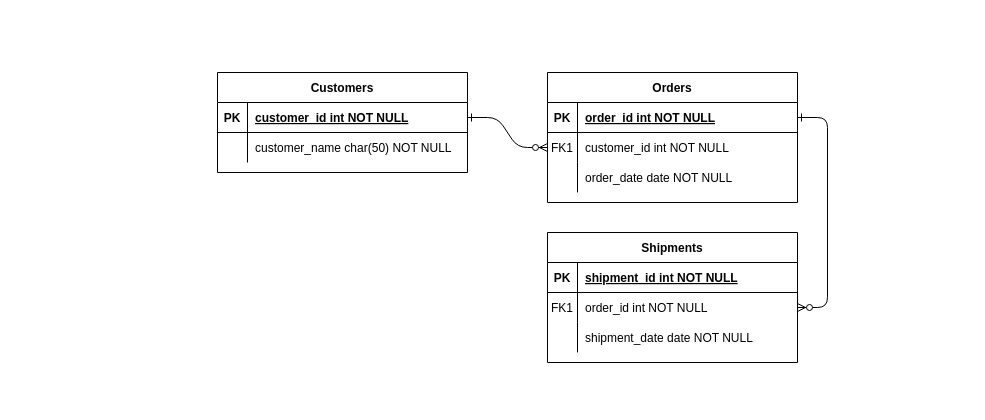
This is model_conceptual.drawio from andreea-agrisan/modelare_db, a draw.io file, before an edit. Source tidied: cells renumbered, new cells numbered last; positions are measured from the earlier drawing's top-left corner, leaving out a move shared by most shapes. Both pictures are drawn from the tidied source at 100%, with x=0, y=0 at pixel (217, 72).
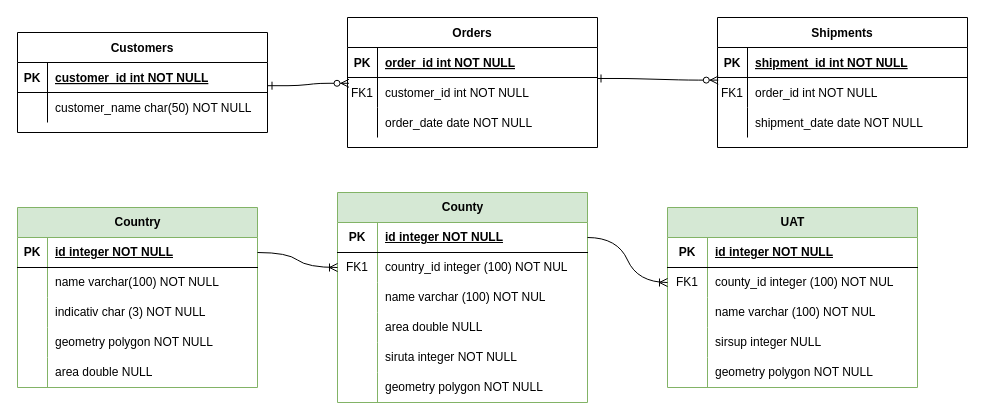
The same diagram, later.

The change refers to these unchanged cells:
```xml
<mxCell id="5" style="shape=partialRectangle;fillColor=none;points=[[0,0.5],[1,0.5]];portConstraint=eastwest;top=0;left=0;right=0;bottom=1;" parent="4" vertex="1">
  <mxGeometry y="30" width="250" height="30" as="geometry" />
</mxCell>
<mxCell id="8" style="shape=partialRectangle;fillColor=none;points=[[0,0.5],[1,0.5]];portConstraint=eastwest;top=0;left=0;right=0;bottom=0;" parent="4" vertex="1">
  <mxGeometry y="60" width="250" height="30" as="geometry" />
</mxCell>
<mxCell id="18" style="shape=partialRectangle;fillColor=none;points=[[0,0.5],[1,0.5]];portConstraint=eastwest;top=0;left=0;right=0;bottom=0;" parent="14" vertex="1">
  <mxGeometry y="60" width="250" height="30" as="geometry" />
</mxCell>
<mxCell id="25" style="shape=partialRectangle;fillColor=none;points=[[0,0.5],[1,0.5]];portConstraint=eastwest;top=0;left=0;right=0;bottom=1;" parent="24" vertex="1">
  <mxGeometry y="30" width="250" height="30" as="geometry" />
</mxCell>
```

What changed in the source:
```diff
@@
-    <mxCell id="2" style="edgeStyle=entityRelationEdgeStyle;endArrow=ERzeroToMany;startArrow=ERone;endFill=1;startFill=0;" parent="1" edge="1" source="25" target="8">
+    <mxCell id="2" style="edgeStyle=entityRelationEdgeStyle;endArrow=ERzeroToMany;startArrow=ERone;endFill=1;startFill=0;exitX=1.002;exitY=0.773;exitDx=0;exitDy=0;exitPerimeter=0;entryX=0.006;entryY=0.193;entryDx=0;entryDy=0;entryPerimeter=0;" parent="1" edge="1" source="25" target="8">
       <mxGeometry relative="1" as="geometry" />
     </mxCell>
-    <mxCell id="3" style="edgeStyle=entityRelationEdgeStyle;endArrow=ERzeroToMany;startArrow=ERone;endFill=1;startFill=0;" parent="1" edge="1" source="5" target="18">
+    <mxCell id="3" style="edgeStyle=entityRelationEdgeStyle;endArrow=ERzeroToMany;startArrow=ERone;endFill=1;startFill=0;exitX=0.998;exitY=0.033;exitDx=0;exitDy=0;exitPerimeter=0;entryX=0.003;entryY=0.087;entryDx=0;entryDy=0;entryPerimeter=0;" parent="1" edge="1" source="8" target="18">
       <mxGeometry relative="1" as="geometry" />
     </mxCell>
     <mxCell id="4" value="Orders" style="shape=table;startSize=30;childLayout=tableLayout;rowLines=0;fontStyle=1;align=center;" parent="1" vertex="1">
-      <mxGeometry x="330" width="250" height="130" as="geometry" />
+      <mxGeometry x="130" y="-55" width="250" height="130" as="geometry" />
     </mxCell>
@@
     <mxCell id="14" value="Shipments" style="shape=table;startSize=30;childLayout=tableLayout;rowLines=0;fontStyle=1;align=center;" parent="1" vertex="1">
-      <mxGeometry x="330" y="160" width="250" height="130" as="geometry" />
+      <mxGeometry x="500" y="-55" width="250" height="130" as="geometry" />
     </mxCell>
@@
     <mxCell id="24" value="Customers" style="shape=table;startSize=30;childLayout=tableLayout;rowLines=0;fontStyle=1;align=center;" parent="1" vertex="1">
-      <mxGeometry width="250" height="100" as="geometry" />
+      <mxGeometry x="-200" y="-40" width="250" height="100" as="geometry" />
     </mxCell>
@@
+    <mxCell id="31" value="Country" style="shape=table;startSize=30;childLayout=tableLayout;rowLines=0;fontStyle=1;align=center;html=1;fillColor=#d5e8d4;strokeColor=#82b366;" parent="1" vertex="1">
+      <mxGeometry x="-200" y="135" width="240" height="180" as="geometry" />
+    </mxCell>
+    <mxCell id="32" style="shape=tableRow;horizontal=0;startSize=0;swimlaneHead=0;swimlaneBody=0;fillColor=none;points=[[0,0.5],[1,0.5]];portConstraint=eastwest;top=0;left=0;right=0;bottom=1;" parent="31" vertex="1">
+      <mxGeometry y="30" width="240" height="30" as="geometry" />
+    </mxCell>
+    <mxCell id="33" value="PK" style="shape=partialRectangle;fillColor=none;top=0;left=0;bottom=0;right=0;fontStyle=1;overflow=hidden;whiteSpace=wrap;html=1;" parent="32" vertex="1">
+      <mxGeometry width="30" height="30" as="geometry" />
+    </mxCell>
+    <mxCell id="34" value="id integer NOT NULL" style="shape=partialRectangle;fillColor=none;top=0;left=0;bottom=0;right=0;align=left;spacingLeft=6;fontStyle=5;overflow=hidden;whiteSpace=wrap;html=1;" parent="32" vertex="1">
+      <mxGeometry x="30" width="210" height="30" as="geometry" />
+    </mxCell>
+    <mxCell id="35" style="shape=tableRow;horizontal=0;startSize=0;swimlaneHead=0;swimlaneBody=0;fillColor=none;top=0;left=0;right=0;bottom=0;" parent="31" vertex="1">
+      <mxGeometry y="60" width="240" height="30" as="geometry" />
+    </mxCell>
+    <mxCell id="36" style="shape=partialRectangle;fillColor=none;top=0;left=0;bottom=0;right=0;overflow=hidden;whiteSpace=wrap;html=1;" parent="35" vertex="1">
+      <mxGeometry width="30" height="30" as="geometry" />
+    </mxCell>
+    <mxCell id="37" value="name varchar(100) NOT NULL" style="shape=partialRectangle;fillColor=none;top=0;left=0;bottom=0;right=0;align=left;spacingLeft=6;overflow=hidden;whiteSpace=wrap;html=1;" parent="35" vertex="1">
+      <mxGeometry x="30" width="210" height="30" as="geometry" />
+    </mxCell>
+    <mxCell id="38" style="shape=tableRow;horizontal=0;startSize=0;swimlaneHead=0;swimlaneBody=0;fillColor=none;top=0;left=0;right=0;bottom=0;" parent="31" vertex="1">
+      <mxGeometry y="90" width="240" height="30" as="geometry" />
+    </mxCell>
+    <mxCell id="39" style="shape=partialRectangle;fillColor=none;top=0;left=0;bottom=0;right=0;overflow=hidden;whiteSpace=wrap;html=1;" parent="38" vertex="1">
+      <mxGeometry width="30" height="30" as="geometry" />
+    </mxCell>
+    <mxCell id="40" value="indicativ char (3) NOT NULL" style="shape=partialRectangle;fillColor=none;top=0;left=0;bottom=0;right=0;align=left;spacingLeft=6;overflow=hidden;whiteSpace=wrap;html=1;" parent="38" vertex="1">
+      <mxGeometry x="30" width="210" height="30" as="geometry" />
+    </mxCell>
+    <mxCell id="41" style="shape=tableRow;horizontal=0;startSize=0;swimlaneHead=0;swimlaneBody=0;fillColor=none;top=0;left=0;right=0;bottom=0;" parent="31" vertex="1">
+      <mxGeometry y="120" width="240" height="30" as="geometry" />
+    </mxCell>
+    <mxCell id="42" style="shape=partialRectangle;fillColor=none;top=0;left=0;bottom=0;right=0;overflow=hidden;whiteSpace=wrap;html=1;" parent="41" vertex="1">
+      <mxGeometry width="30" height="30" as="geometry" />
+    </mxCell>
+    <mxCell id="43" value="geometry polygon NOT NULL" style="shape=partialRectangle;fillColor=none;top=0;left=0;bottom=0;right=0;align=left;spacingLeft=6;overflow=hidden;whiteSpace=wrap;html=1;" parent="41" vertex="1">
+      <mxGeometry x="30" width="210" height="30" as="geometry" />
+    </mxCell>
+    <mxCell id="44" style="shape=tableRow;horizontal=0;startSize=0;swimlaneHead=0;swimlaneBody=0;fillColor=none;top=0;left=0;right=0;bottom=0;" parent="31" vertex="1">
+      <mxGeometry y="150" width="240" height="30" as="geometry" />
+    </mxCell>
+    <mxCell id="45" style="shape=partialRectangle;fillColor=none;top=0;left=0;bottom=0;right=0;overflow=hidden;whiteSpace=wrap;html=1;" parent="44" vertex="1">
+      <mxGeometry width="30" height="30" as="geometry" />
+    </mxCell>
+    <mxCell id="46" value="area double NULL" style="shape=partialRectangle;fillColor=none;top=0;left=0;bottom=0;right=0;align=left;spacingLeft=6;overflow=hidden;whiteSpace=wrap;html=1;" parent="44" vertex="1">
+      <mxGeometry x="30" width="210" height="30" as="geometry" />
+    </mxCell>
+    <mxCell id="47" value="County" style="shape=table;startSize=30;childLayout=tableLayout;rowLines=0;fontStyle=1;align=center;html=1;fillColor=#d5e8d4;strokeColor=#82b366;" parent="1" vertex="1">
+      <mxGeometry x="120" y="120" width="250" height="210" as="geometry" />
+    </mxCell>
+    <mxCell id="48" style="shape=tableRow;horizontal=0;startSize=0;swimlaneHead=0;swimlaneBody=0;fillColor=none;points=[[0,0.5],[1,0.5]];portConstraint=eastwest;top=0;left=0;right=0;bottom=1;" parent="47" vertex="1">
+      <mxGeometry y="30" width="250" height="30" as="geometry" />
+    </mxCell>
+    <mxCell id="49" value="PK" style="shape=partialRectangle;fillColor=none;top=0;left=0;bottom=0;right=0;fontStyle=1;overflow=hidden;whiteSpace=wrap;html=1;" parent="48" vertex="1">
+      <mxGeometry width="40" height="30" as="geometry" />
+    </mxCell>
+    <mxCell id="50" value="id integer NOT NULL" style="shape=partialRectangle;fillColor=none;top=0;left=0;bottom=0;right=0;align=left;spacingLeft=6;fontStyle=5;overflow=hidden;whiteSpace=wrap;html=1;" parent="48" vertex="1">
+      <mxGeometry x="40" width="210" height="30" as="geometry" />
+    </mxCell>
+    <mxCell id="51" style="shape=tableRow;horizontal=0;startSize=0;swimlaneHead=0;swimlaneBody=0;fillColor=none;points=[[0,0.5],[1,0.5]];portConstraint=eastwest;top=0;left=0;right=0;bottom=0;" parent="47" vertex="1">
+      <mxGeometry y="60" width="250" height="30" as="geometry" />
+    </mxCell>
+    <mxCell id="52" value="FK1" style="shape=partialRectangle;fillColor=none;top=0;left=0;bottom=0;right=0;overflow=hidden;whiteSpace=wrap;html=1;" parent="51" vertex="1">
+      <mxGeometry width="40" height="30" as="geometry" />
+    </mxCell>
+    <mxCell id="53" value="country_id integer (100) NOT NUL" style="shape=partialRectangle;fillColor=none;top=0;left=0;bottom=0;right=0;align=left;spacingLeft=6;overflow=hidden;whiteSpace=wrap;html=1;" parent="51" vertex="1">
+      <mxGeometry x="40" width="210" height="30" as="geometry" />
+    </mxCell>
+    <mxCell id="54" style="shape=tableRow;horizontal=0;startSize=0;swimlaneHead=0;swimlaneBody=0;fillColor=none;top=0;left=0;right=0;bottom=0;" parent="47" vertex="1">
+      <mxGeometry y="90" width="250" height="30" as="geometry" />
+    </mxCell>
+    <mxCell id="55" style="shape=partialRectangle;fillColor=none;top=0;left=0;bottom=0;right=0;overflow=hidden;whiteSpace=wrap;html=1;" parent="54" vertex="1">
+      <mxGeometry width="40" height="30" as="geometry" />
+    </mxCell>
+    <mxCell id="56" value="name varchar (100) NOT NUL" style="shape=partialRectangle;fillColor=none;top=0;left=0;bottom=0;right=0;align=left;spacingLeft=6;overflow=hidden;whiteSpace=wrap;html=1;" parent="54" vertex="1">
+      <mxGeometry x="40" width="210" height="30" as="geometry" />
+    </mxCell>
+    <mxCell id="57" style="shape=tableRow;horizontal=0;startSize=0;swimlaneHead=0;swimlaneBody=0;fillColor=none;top=0;left=0;right=0;bottom=0;" parent="47" vertex="1">
+      <mxGeometry y="120" width="250" height="30" as="geometry" />
+    </mxCell>
+    <mxCell id="58" style="shape=partialRectangle;fillColor=none;top=0;left=0;bottom=0;right=0;overflow=hidden;whiteSpace=wrap;html=1;" parent="57" vertex="1">
+      <mxGeometry width="40" height="30" as="geometry" />
+    </mxCell>
+    <mxCell id="59" value="area double NULL" style="shape=partialRectangle;fillColor=none;top=0;left=0;bottom=0;right=0;align=left;spacingLeft=6;overflow=hidden;whiteSpace=wrap;html=1;" parent="57" vertex="1">
+      <mxGeometry x="40" width="210" height="30" as="geometry" />
+    </mxCell>
+    <mxCell id="60" style="shape=tableRow;horizontal=0;startSize=0;swimlaneHead=0;swimlaneBody=0;fillColor=none;top=0;left=0;right=0;bottom=0;" parent="47" vertex="1">
+      <mxGeometry y="150" width="250" height="30" as="geometry" />
+    </mxCell>
+    <mxCell id="61" style="shape=partialRectangle;fillColor=none;top=0;left=0;bottom=0;right=0;overflow=hidden;whiteSpace=wrap;html=1;" parent="60" vertex="1">
+      <mxGeometry width="40" height="30" as="geometry" />
+    </mxCell>
+    <mxCell id="62" value="siruta integer NOT NULL" style="shape=partialRectangle;fillColor=none;top=0;left=0;bottom=0;right=0;align=left;spacingLeft=6;overflow=hidden;whiteSpace=wrap;html=1;" parent="60" vertex="1">
+      <mxGeometry x="40" width="210" height="30" as="geometry" />
+    </mxCell>
+    <mxCell id="63" style="shape=tableRow;horizontal=0;startSize=0;swimlaneHead=0;swimlaneBody=0;fillColor=none;top=0;left=0;right=0;bottom=0;" parent="47" vertex="1">
+      <mxGeometry y="180" width="250" height="30" as="geometry" />
+    </mxCell>
+    <mxCell id="64" style="shape=partialRectangle;fillColor=none;top=0;left=0;bottom=0;right=0;overflow=hidden;whiteSpace=wrap;html=1;" parent="63" vertex="1">
+      <mxGeometry width="40" height="30" as="geometry" />
+    </mxCell>
+    <mxCell id="65" value="geometry polygon NOT NULL" style="shape=partialRectangle;fillColor=none;top=0;left=0;bottom=0;right=0;align=left;spacingLeft=6;overflow=hidden;whiteSpace=wrap;html=1;" parent="63" vertex="1">
+      <mxGeometry x="40" width="210" height="30" as="geometry" />
+    </mxCell>
+    <mxCell id="66" style="edgeStyle=entityRelationEdgeStyle;fontSize=12;html=1;endArrow=ERoneToMany;exitX=1;exitY=0.5;exitDx=0;exitDy=0;entryX=0;entryY=0.5;entryDx=0;entryDy=0;curved=1;" parent="1" edge="1" source="32" target="51">
+      <mxGeometry relative="1" as="geometry" />
+    </mxCell>
+    <mxCell id="67" value="UAT" style="shape=table;startSize=30;childLayout=tableLayout;rowLines=0;fontStyle=1;align=center;html=1;fillColor=#d5e8d4;strokeColor=#82b366;" parent="1" vertex="1">
+      <mxGeometry x="450" y="135" width="250" height="180" as="geometry" />
+    </mxCell>
+    <mxCell id="68" style="shape=tableRow;horizontal=0;startSize=0;swimlaneHead=0;swimlaneBody=0;fillColor=none;top=0;left=0;right=0;bottom=1;" parent="67" vertex="1">
+      <mxGeometry y="30" width="250" height="30" as="geometry" />
+    </mxCell>
+    <mxCell id="69" value="PK" style="shape=partialRectangle;fillColor=none;top=0;left=0;bottom=0;right=0;fontStyle=1;overflow=hidden;whiteSpace=wrap;html=1;" parent="68" vertex="1">
+      <mxGeometry width="40" height="30" as="geometry" />
+    </mxCell>
+    <mxCell id="70" value="id integer NOT NULL" style="shape=partialRectangle;fillColor=none;top=0;left=0;bottom=0;right=0;align=left;spacingLeft=6;fontStyle=5;overflow=hidden;whiteSpace=wrap;html=1;" parent="68" vertex="1">
+      <mxGeometry x="40" width="210" height="30" as="geometry" />
+    </mxCell>
+    <mxCell id="71" style="shape=tableRow;horizontal=0;startSize=0;swimlaneHead=0;swimlaneBody=0;fillColor=none;points=[[0,0.5],[1,0.5]];portConstraint=eastwest;top=0;left=0;right=0;bottom=0;" parent="67" vertex="1">
+      <mxGeometry y="60" width="250" height="30" as="geometry" />
+    </mxCell>
+    <mxCell id="72" value="FK1" style="shape=partialRectangle;fillColor=none;top=0;left=0;bottom=0;right=0;overflow=hidden;whiteSpace=wrap;html=1;" parent="71" vertex="1">
+      <mxGeometry width="40" height="30" as="geometry" />
+    </mxCell>
+    <mxCell id="73" value="county_id integer (100) NOT NUL" style="shape=partialRectangle;fillColor=none;top=0;left=0;bottom=0;right=0;align=left;spacingLeft=6;overflow=hidden;whiteSpace=wrap;html=1;" parent="71" vertex="1">
+      <mxGeometry x="40" width="210" height="30" as="geometry" />
+    </mxCell>
+    <mxCell id="74" style="shape=tableRow;horizontal=0;startSize=0;swimlaneHead=0;swimlaneBody=0;fillColor=none;top=0;left=0;right=0;bottom=0;" parent="67" vertex="1">
+      <mxGeometry y="90" width="250" height="30" as="geometry" />
+    </mxCell>
+    <mxCell id="75" style="shape=partialRectangle;fillColor=none;top=0;left=0;bottom=0;right=0;overflow=hidden;whiteSpace=wrap;html=1;" parent="74" vertex="1">
+      <mxGeometry width="40" height="30" as="geometry" />
+    </mxCell>
+    <mxCell id="76" value="name varchar (100) NOT NUL" style="shape=partialRectangle;fillColor=none;top=0;left=0;bottom=0;right=0;align=left;spacingLeft=6;overflow=hidden;whiteSpace=wrap;html=1;" parent="74" vertex="1">
+      <mxGeometry x="40" width="210" height="30" as="geometry" />
+    </mxCell>
+    <mxCell id="77" style="shape=tableRow;horizontal=0;startSize=0;swimlaneHead=0;swimlaneBody=0;fillColor=none;top=0;left=0;right=0;bottom=0;" parent="67" vertex="1">
+      <mxGeometry y="120" width="250" height="30" as="geometry" />
+    </mxCell>
+    <mxCell id="78" style="shape=partialRectangle;fillColor=none;top=0;left=0;bottom=0;right=0;overflow=hidden;whiteSpace=wrap;html=1;" parent="77" vertex="1">
+      <mxGeometry width="40" height="30" as="geometry" />
+    </mxCell>
+    <mxCell id="79" value="sirsup integer NULL" style="shape=partialRectangle;fillColor=none;top=0;left=0;bottom=0;right=0;align=left;spacingLeft=6;overflow=hidden;whiteSpace=wrap;html=1;" parent="77" vertex="1">
+      <mxGeometry x="40" width="210" height="30" as="geometry" />
+    </mxCell>
+    <mxCell id="80" style="shape=tableRow;horizontal=0;startSize=0;swimlaneHead=0;swimlaneBody=0;fillColor=none;top=0;left=0;right=0;bottom=0;" parent="67" vertex="1">
+      <mxGeometry y="150" width="250" height="30" as="geometry" />
+    </mxCell>
+    <mxCell id="81" style="shape=partialRectangle;fillColor=none;top=0;left=0;bottom=0;right=0;overflow=hidden;whiteSpace=wrap;html=1;" parent="80" vertex="1">
+      <mxGeometry width="40" height="30" as="geometry" />
+    </mxCell>
+    <mxCell id="82" value="geometry polygon NOT NULL" style="shape=partialRectangle;fillColor=none;top=0;left=0;bottom=0;right=0;align=left;spacingLeft=6;overflow=hidden;whiteSpace=wrap;html=1;" parent="80" vertex="1">
+      <mxGeometry x="40" width="210" height="30" as="geometry" />
+    </mxCell>
+    <mxCell id="83" style="edgeStyle=entityRelationEdgeStyle;fontSize=12;html=1;endArrow=ERoneToMany;exitX=1;exitY=0.5;exitDx=0;exitDy=0;entryX=0;entryY=0.5;entryDx=0;entryDy=0;curved=1;" parent="1" edge="1" source="48" target="71">
+      <mxGeometry relative="1" as="geometry" />
+    </mxCell>
```
